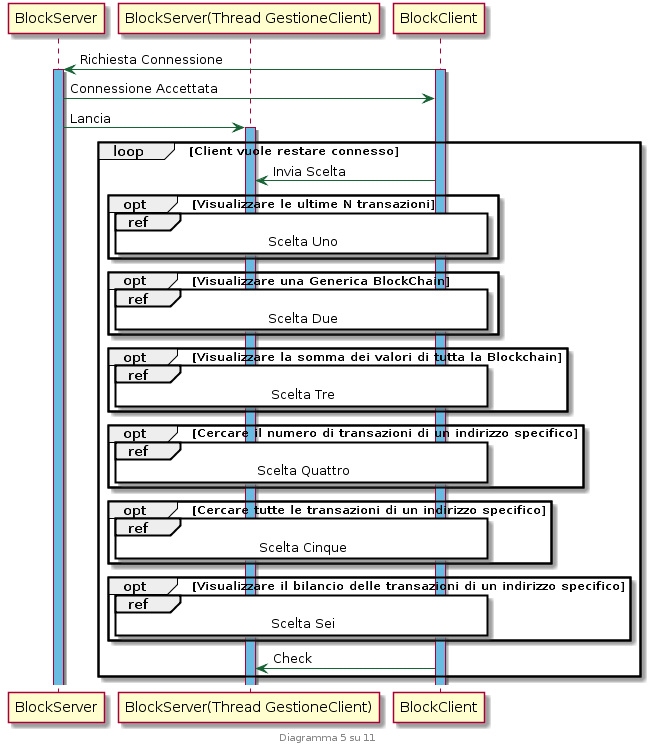
antdimarino/Computer-Networks-BlockChain keeps this PlantUML diagram as SequenceDiagram/schema5.png. Above is the earlier version.
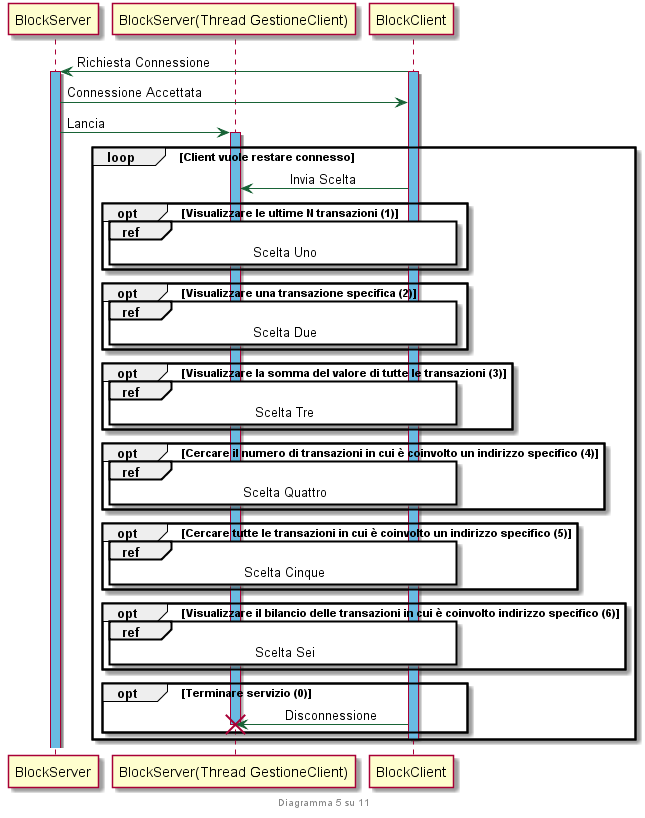
The same diagram one commit later.

Diff of the diagram source:
```diff
@@ -18,33 +18,36 @@
 
 loop Client vuole restare connesso
 
-	BlockClient -> "BlockServer(Thread GestioneClient)": Invia Scelta
+	BlockClient -> "BlockServer(Thread GestioneClient)": \tInvia Scelta
 
-	opt Visualizzare le ultime N transazioni
+	opt Visualizzare le ultime N transazioni (1)
 		ref over BlockClient, "BlockServer(Thread GestioneClient)": Scelta Uno
 	end
 
-	opt Visualizzare una Generica BlockChain
+	opt Visualizzare una transazione specifica (2)
 		ref over BlockClient, "BlockServer(Thread GestioneClient)": Scelta Due
 	end
 
-	opt Visualizzare la somma dei valori di tutta la Blockchain
+	opt Visualizzare la somma del valore di tutte le transazioni (3)
 		ref over BlockClient, "BlockServer(Thread GestioneClient)": Scelta Tre
 	end
 
-	opt Cercare il numero di transazioni di un indirizzo specifico
+	opt Cercare il numero di transazioni in cui è coinvolto un indirizzo specifico (4)
 		ref over BlockClient, "BlockServer(Thread GestioneClient)": Scelta Quattro
 	end
 
-	opt Cercare tutte le transazioni di un indirizzo specifico
+	opt Cercare tutte le transazioni in cui è coinvolto un indirizzo specifico (5)
 		ref over BlockClient, "BlockServer(Thread GestioneClient)": Scelta Cinque
 	end
 
-	opt Visualizzare il bilancio delle transazioni di un indirizzo specifico
+	opt Visualizzare il bilancio delle transazioni in cui è coinvolto indirizzo specifico (6)
 		ref over BlockClient, "BlockServer(Thread GestioneClient)": Scelta Sei
 	end
+	opt Terminare servizio (0)
 
-	BlockClient -> "BlockServer(Thread GestioneClient)": Check
+	BlockClient  -> "BlockServer(Thread GestioneClient)" !! : \tDisconnessione
+	end
+        deactivate BlockClient
 end
 
 @enduml
```
